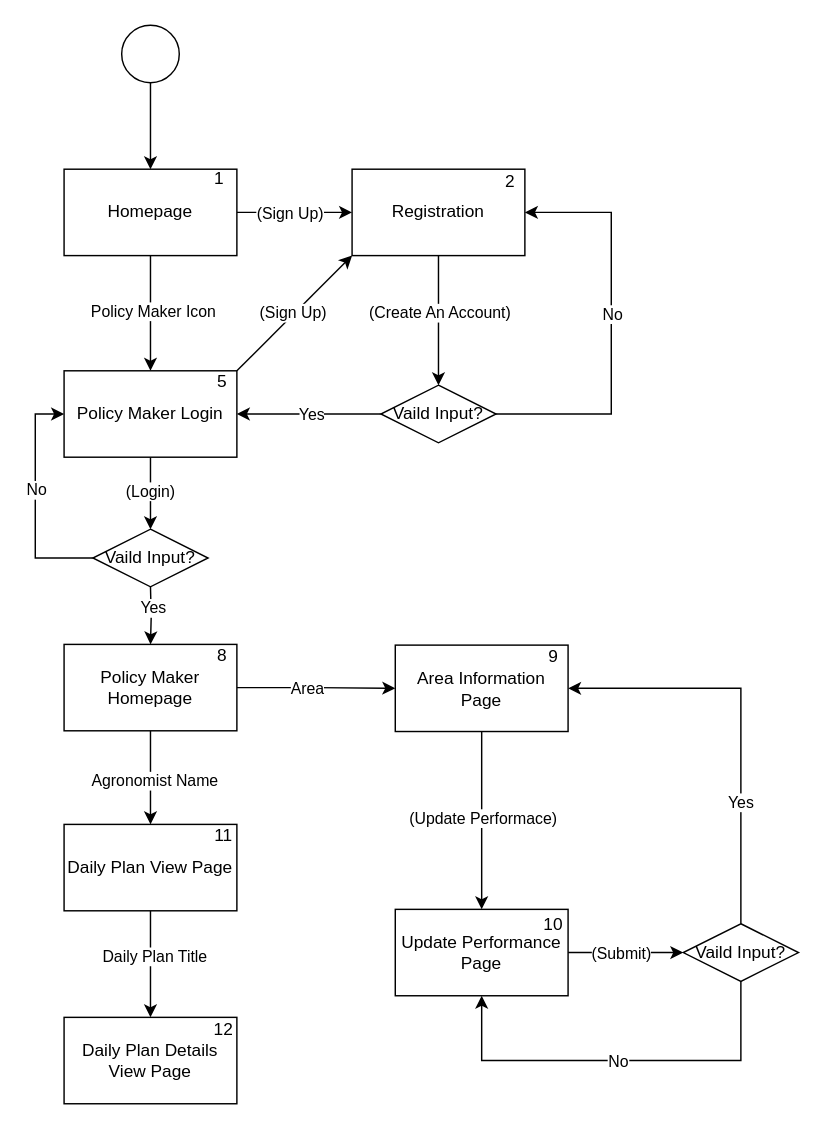
The draw.io diagram page "Policy Maker" (2 of 3) of DD/diagrams/webapp flow diagrams.drawio in ictar/DREAM-SE2-Project-2022, before the edit. Source tidied: cells renumbered, new cells numbered last; positions are measured from the earlier drawing's top-left corner, leaving out a move shared by most shapes. Both pictures are drawn from the tidied source at 144%, with x=0, y=0 at pixel (35, 24).
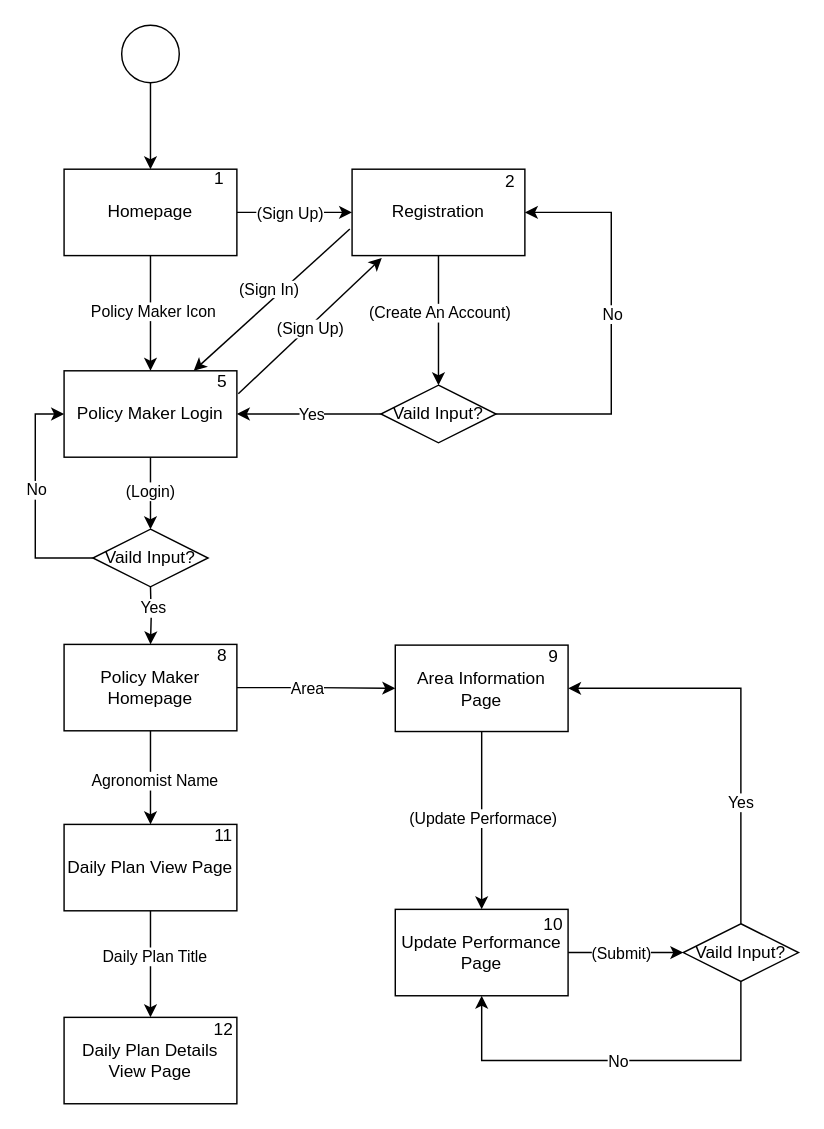
The same page after the edit.

The change refers to these unchanged cells:
```xml
<mxCell id="4" value="Policy Maker Login" style="rounded=0;whiteSpace=wrap;html=1;" parent="1" vertex="1">
  <mxGeometry x="20" y="240" width="120" height="60" as="geometry" />
</mxCell>
<mxCell id="15" value="Registration" style="rounded=0;whiteSpace=wrap;html=1;" parent="1" vertex="1">
  <mxGeometry x="220" y="100" width="120" height="60" as="geometry" />
</mxCell>
```

What changed in the source:
```diff
@@
-    <mxCell id="14" style="rounded=0;jettySize=auto;html=1;exitX=0;exitY=1;exitDx=0;exitDy=0;entryX=1;entryY=0;entryDx=0;entryDy=0;endArrow=none;endFill=0;startArrow=classic;startFill=1;" parent="1" edge="1" source="15" target="4">
-      <mxGeometry relative="1" as="geometry" />
+    <mxCell id="14" style="rounded=0;jettySize=auto;html=1;exitX=0.172;exitY=1.027;exitDx=0;exitDy=0;entryX=1;entryY=0;entryDx=0;entryDy=0;endArrow=none;endFill=0;startArrow=classic;startFill=1;exitPerimeter=0;" parent="1" edge="1" source="15">
+      <mxGeometry relative="1" as="geometry">
+        <mxPoint x="141" y="256" as="targetPoint" />
+      </mxGeometry>
     </mxCell>
+    <mxCell id="55" style="rounded=0;jettySize=auto;html=1;exitX=-0.013;exitY=0.693;exitDx=0;exitDy=0;entryX=0.75;entryY=0;entryDx=0;entryDy=0;exitPerimeter=0;" parent="1" edge="1" source="15" target="4">
+      <mxGeometry relative="1" as="geometry" />
+    </mxCell>
@@
     <mxCell id="54" value="(Sign Up)" style="edgeLabel;html=1;align=center;verticalAlign=middle;" parent="1" vertex="1">
-      <mxGeometry x="178" y="199" as="geometry" />
+      <mxGeometry x="190" y="210" as="geometry" />
     </mxCell>
+    <mxCell id="56" value="&lt;span style=&quot;color: rgb(0 , 0 , 0) ; font-family: &amp;#34;helvetica&amp;#34; ; font-size: 11px ; font-style: normal ; font-weight: 400 ; letter-spacing: normal ; text-align: center ; text-indent: 0px ; text-transform: none ; word-spacing: 0px ; background-color: rgb(255 , 255 , 255) ; display: inline ; float: none&quot;&gt;(Sign In)&lt;/span&gt;" style="text;whiteSpace=wrap;html=1;" parent="1" vertex="1">
+      <mxGeometry x="140" y="170" width="70" height="30" as="geometry" />
+    </mxCell>
```
